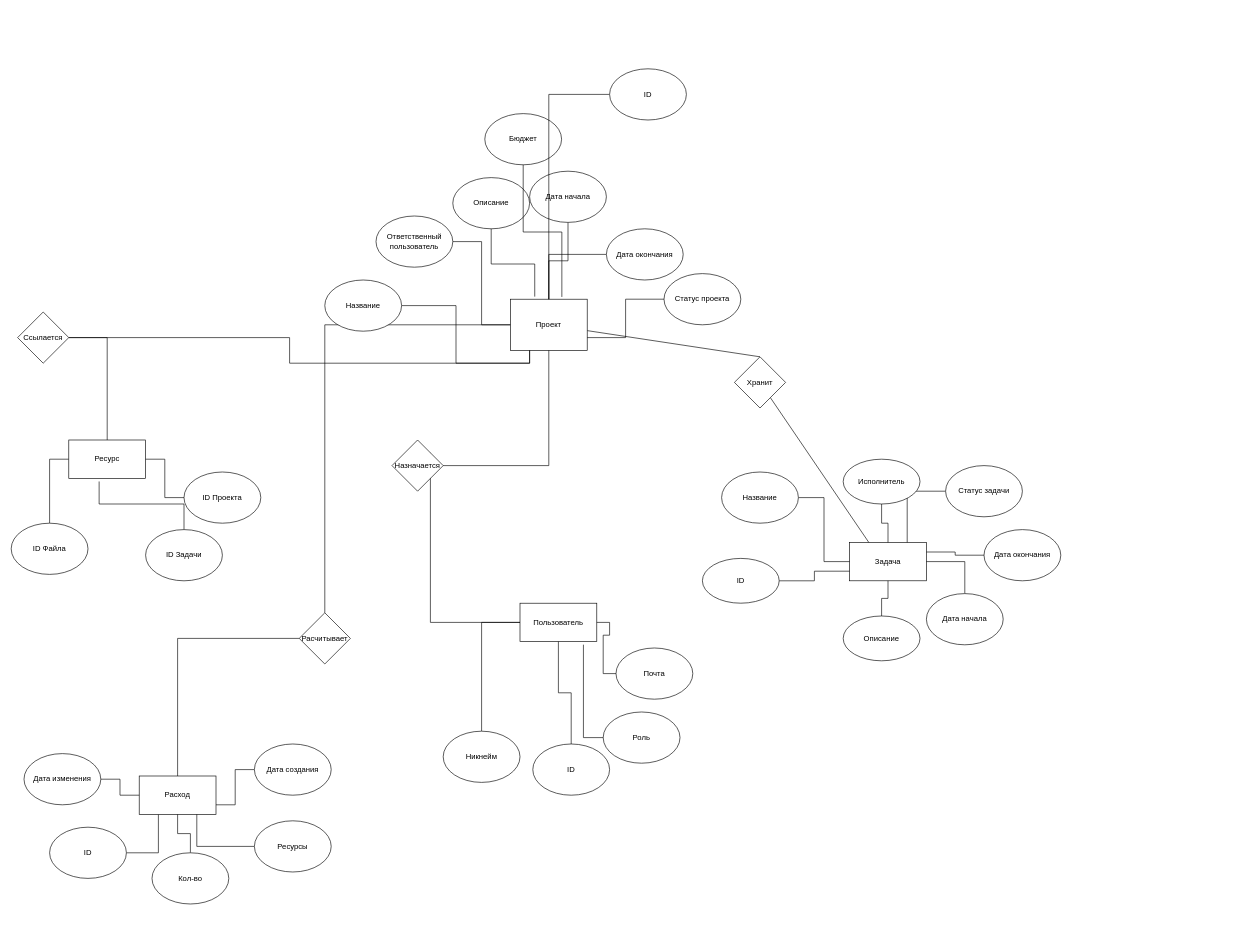
jejikeh/psu_labki keeps this draw.io diagram as c3s1/bd/lab1.drawio. Above is the earlier version. Source tidied: cells renumbered, new cells numbered last; positions are measured from the earlier drawing's top-left corner, leaving out a move shared by most shapes. Both pictures are drawn from the tidied source at 64%, with x=0, y=0 at pixel (11, 68).
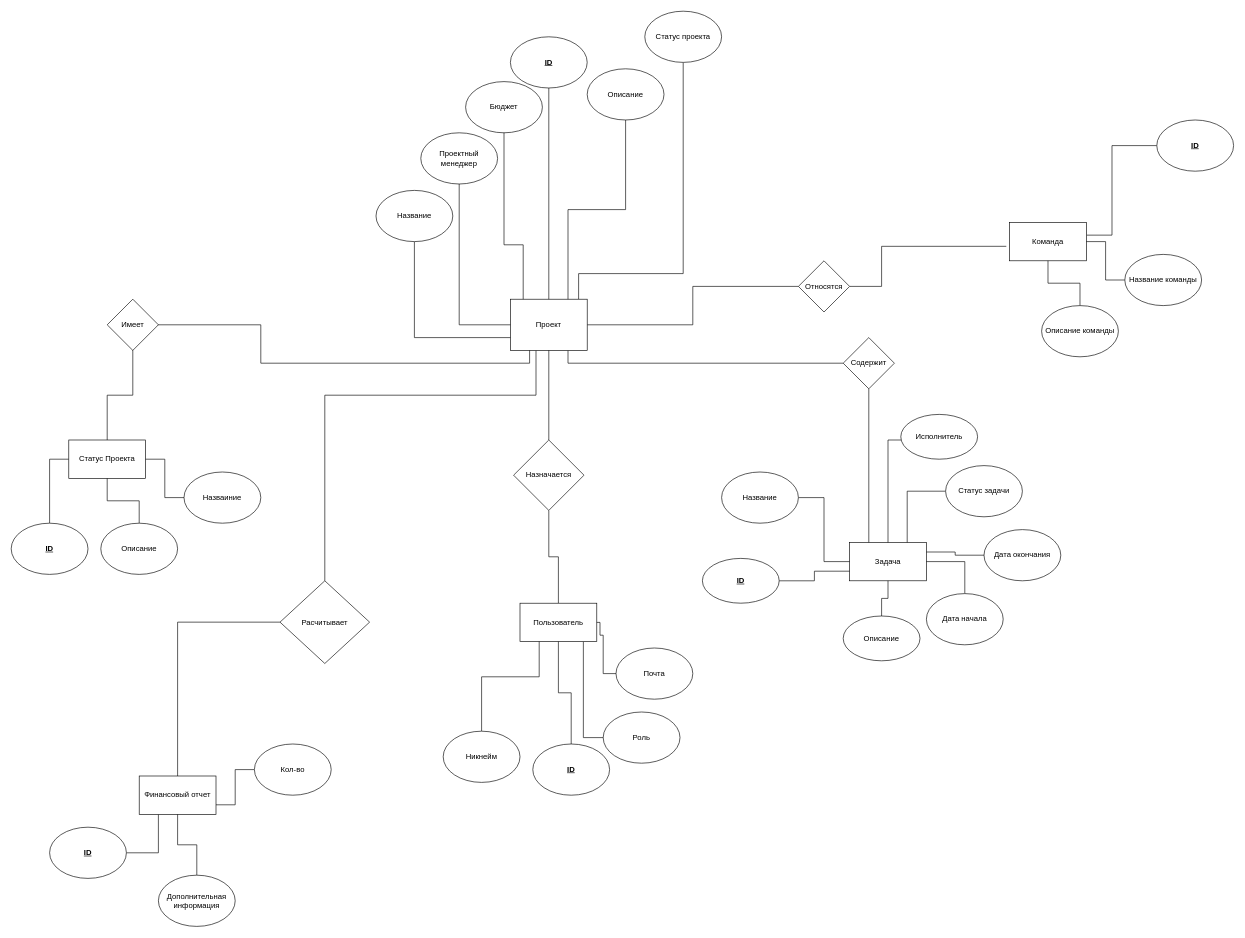
After the change.

The change refers to these unchanged cells:
```xml
<mxCell id="4" value="Проект" style="rounded=0;whiteSpace=wrap;html=1;" parent="1" vertex="1">
  <mxGeometry x="780" y="360" width="120" height="80" as="geometry" />
</mxCell>
<mxCell id="19" value="Задача" style="rounded=0;whiteSpace=wrap;html=1;" parent="1" vertex="1">
  <mxGeometry x="1310" y="740" width="120" height="60" as="geometry" />
</mxCell>
<mxCell id="44" value="Пользователь" style="rounded=0;whiteSpace=wrap;html=1;" parent="1" vertex="1">
  <mxGeometry x="795" y="835" width="120" height="60" as="geometry" />
</mxCell>
<mxCell id="46" value="Никнейм" style="ellipse;whiteSpace=wrap;html=1;" parent="1" vertex="1">
  <mxGeometry x="675" y="1035" width="120" height="80" as="geometry" />
</mxCell>
<mxCell id="49" value="Роль" style="ellipse;whiteSpace=wrap;html=1;" parent="1" vertex="1">
  <mxGeometry x="925" y="1005" width="120" height="80" as="geometry" />
</mxCell>
<mxCell id="51" value="Почта" style="ellipse;whiteSpace=wrap;html=1;" parent="1" vertex="1">
  <mxGeometry x="945" y="905" width="120" height="80" as="geometry" />
</mxCell>
```

What changed in the source:
```diff
@@
-    <mxCell id="2" style="rounded=0;jettySize=auto;html=1;entryX=0.5;entryY=0;entryDx=0;entryDy=0;endArrow=none;endFill=0;" parent="1" edge="1" source="4" target="70">
+    <mxCell id="2" style="rounded=0;jettySize=auto;html=1;entryX=0;entryY=0.5;entryDx=0;entryDy=0;endArrow=none;endFill=0;edgeStyle=orthogonalEdgeStyle;exitX=0.75;exitY=1;exitDx=0;exitDy=0;" parent="1" edge="1" source="4" target="70">
       <mxGeometry relative="1" as="geometry" />
     </mxCell>
     <mxCell id="3" style="edgeStyle=orthogonalEdgeStyle;rounded=0;jettySize=auto;html=1;entryX=0.5;entryY=0;entryDx=0;entryDy=0;endArrow=none;endFill=0;" parent="1" edge="1" source="4" target="72">
-      <mxGeometry relative="1" as="geometry" />
+      <mxGeometry relative="1" as="geometry">
+        <Array as="points">
+          <mxPoint x="820" y="510" />
+          <mxPoint x="490" y="510" />
+        </Array>
+      </mxGeometry>
     </mxCell>
+    <mxCell id="73" style="edgeStyle=orthogonalEdgeStyle;rounded=0;jettySize=auto;html=1;entryX=0;entryY=0.5;entryDx=0;entryDy=0;endArrow=none;endFill=0;" parent="1" edge="1" source="4" target="82">
+      <mxGeometry relative="1" as="geometry" />
+    </mxCell>
@@
-    <mxCell id="5" style="edgeStyle=orthogonalEdgeStyle;rounded=0;jettySize=auto;html=1;entryX=0.25;entryY=1;entryDx=0;entryDy=0;endArrow=none;endFill=0;" parent="1" edge="1" source="6" target="4">
-      <mxGeometry relative="1" as="geometry" />
+    <mxCell id="5" style="edgeStyle=orthogonalEdgeStyle;rounded=0;jettySize=auto;html=1;entryX=0;entryY=0.75;entryDx=0;entryDy=0;endArrow=none;endFill=0;" parent="1" edge="1" source="6" target="4">
+      <mxGeometry relative="1" as="geometry">
+        <Array as="points">
+          <mxPoint x="630" y="420" />
+        </Array>
+      </mxGeometry>
     </mxCell>
     <mxCell id="6" value="Название" style="ellipse;whiteSpace=wrap;html=1;" parent="1" vertex="1">
-      <mxGeometry x="490" y="330" width="120" height="80" as="geometry" />
+      <mxGeometry x="570" y="190" width="120" height="80" as="geometry" />
     </mxCell>
     <mxCell id="7" value="Описание" style="ellipse;whiteSpace=wrap;html=1;" parent="1" vertex="1">
-      <mxGeometry x="690" y="170" width="120" height="80" as="geometry" />
+      <mxGeometry x="900" width="120" height="80" as="geometry" />
     </mxCell>
-    <mxCell id="8" style="edgeStyle=orthogonalEdgeStyle;rounded=0;jettySize=auto;html=1;endArrow=none;endFill=0;" parent="1" edge="1" source="9" target="4">
-      <mxGeometry relative="1" as="geometry" />
-    </mxCell>
-    <mxCell id="9" value="Дата начала" style="ellipse;whiteSpace=wrap;html=1;" parent="1" vertex="1">
-      <mxGeometry x="810" y="160" width="120" height="80" as="geometry" />
-    </mxCell>
-    <mxCell id="10" style="edgeStyle=orthogonalEdgeStyle;rounded=0;jettySize=auto;html=1;endArrow=none;endFill=0;" parent="1" edge="1" source="11" target="4">
-      <mxGeometry relative="1" as="geometry" />
-    </mxCell>
-    <mxCell id="11" value="Дата окончания" style="ellipse;whiteSpace=wrap;html=1;" parent="1" vertex="1">
-      <mxGeometry x="930" y="250" width="120" height="80" as="geometry" />
-    </mxCell>
     <mxCell id="12" value="Бюджет" style="ellipse;whiteSpace=wrap;html=1;" parent="1" vertex="1">
-      <mxGeometry x="740" y="70" width="120" height="80" as="geometry" />
+      <mxGeometry x="710" y="20" width="120" height="80" as="geometry" />
     </mxCell>
-    <mxCell id="13" style="edgeStyle=orthogonalEdgeStyle;rounded=0;jettySize=auto;html=1;entryX=1;entryY=0.75;entryDx=0;entryDy=0;endArrow=none;endFill=0;" parent="1" edge="1" source="14" target="4">
-      <mxGeometry relative="1" as="geometry" />
+    <mxCell id="13" style="edgeStyle=orthogonalEdgeStyle;rounded=0;jettySize=auto;html=1;entryX=0.888;entryY=-0.003;entryDx=0;entryDy=0;endArrow=none;endFill=0;entryPerimeter=0;" parent="1" edge="1" source="14" target="4">
+      <mxGeometry relative="1" as="geometry">
+        <Array as="points">
+          <mxPoint x="1050" y="320" />
+          <mxPoint x="887" y="320" />
+        </Array>
+      </mxGeometry>
     </mxCell>
     <mxCell id="14" value="Статус проекта" style="ellipse;whiteSpace=wrap;html=1;" parent="1" vertex="1">
-      <mxGeometry x="1020" y="320" width="120" height="80" as="geometry" />
+      <mxGeometry x="990" y="-90" width="120" height="80" as="geometry" />
     </mxCell>
     <mxCell id="15" style="edgeStyle=orthogonalEdgeStyle;rounded=0;jettySize=auto;html=1;entryX=0;entryY=0.5;entryDx=0;entryDy=0;endArrow=none;endFill=0;" parent="1" edge="1" source="16" target="4">
-      <mxGeometry relative="1" as="geometry" />
+      <mxGeometry relative="1" as="geometry">
+        <Array as="points">
+          <mxPoint x="700" y="400" />
+        </Array>
+      </mxGeometry>
     </mxCell>
-    <mxCell id="16" value="Ответственный пользователь" style="ellipse;whiteSpace=wrap;html=1;" parent="1" vertex="1">
-      <mxGeometry x="570" y="230" width="120" height="80" as="geometry" />
+    <mxCell id="16" value="Проектный менеджер" style="ellipse;whiteSpace=wrap;html=1;" parent="1" vertex="1">
+      <mxGeometry x="640" y="100" width="120" height="80" as="geometry" />
     </mxCell>
-    <mxCell id="17" style="edgeStyle=orthogonalEdgeStyle;rounded=0;jettySize=auto;html=1;endArrow=none;endFill=0;entryX=0.67;entryY=-0.044;entryDx=0;entryDy=0;entryPerimeter=0;" parent="1" edge="1" source="12" target="4">
-      <mxGeometry relative="1" as="geometry" />
+    <mxCell id="17" style="edgeStyle=orthogonalEdgeStyle;rounded=0;jettySize=auto;html=1;endArrow=none;endFill=0;" parent="1" edge="1" source="12">
+      <mxGeometry relative="1" as="geometry">
+        <mxPoint x="800" y="360" as="targetPoint" />
+        <Array as="points">
+          <mxPoint x="770" y="275" />
+          <mxPoint x="800" y="275" />
+        </Array>
+      </mxGeometry>
     </mxCell>
-    <mxCell id="18" style="edgeStyle=orthogonalEdgeStyle;rounded=0;jettySize=auto;html=1;entryX=0.317;entryY=-0.05;entryDx=0;entryDy=0;entryPerimeter=0;endArrow=none;endFill=0;" parent="1" edge="1" source="7" target="4">
-      <mxGeometry relative="1" as="geometry" />
+    <mxCell id="18" style="edgeStyle=orthogonalEdgeStyle;rounded=0;jettySize=auto;html=1;entryX=0.75;entryY=0;entryDx=0;entryDy=0;endArrow=none;endFill=0;" parent="1" edge="1" source="7" target="4">
+      <mxGeometry relative="1" as="geometry">
+        <Array as="points">
+          <mxPoint x="960" y="220" />
+          <mxPoint x="870" y="220" />
+        </Array>
+      </mxGeometry>
     </mxCell>
@@
     <mxCell id="30" style="edgeStyle=orthogonalEdgeStyle;rounded=0;jettySize=auto;html=1;endArrow=none;endFill=0;" parent="1" edge="1" source="31" target="19">
-      <mxGeometry relative="1" as="geometry" />
+      <mxGeometry relative="1" as="geometry">
+        <Array as="points">
+          <mxPoint x="1370" y="580" />
+        </Array>
+      </mxGeometry>
     </mxCell>
     <mxCell id="31" value="Исполнитель" style="ellipse;whiteSpace=wrap;html=1;" parent="1" vertex="1">
-      <mxGeometry x="1300" y="610" width="120" height="70" as="geometry" />
+      <mxGeometry x="1390" y="540" width="120" height="70" as="geometry" />
     </mxCell>
@@
-    <mxCell id="33" value="ID" style="ellipse;whiteSpace=wrap;html=1;" parent="1" vertex="1">
+    <mxCell id="33" value="&lt;u&gt;&lt;b&gt;ID&lt;/b&gt;&lt;/u&gt;" style="ellipse;whiteSpace=wrap;html=1;" parent="1" vertex="1">
       <mxGeometry x="1080" y="765" width="120" height="70" as="geometry" />
     </mxCell>
@@
-    <mxCell id="35" value="ID Файла" style="ellipse;whiteSpace=wrap;html=1;" parent="1" vertex="1">
+    <mxCell id="35" value="&lt;u&gt;&lt;b&gt;ID&lt;/b&gt;&lt;/u&gt;" style="ellipse;whiteSpace=wrap;html=1;" parent="1" vertex="1">
       <mxGeometry y="710" width="120" height="80" as="geometry" />
     </mxCell>
     <mxCell id="36" style="edgeStyle=orthogonalEdgeStyle;rounded=0;jettySize=auto;html=1;entryX=1;entryY=0.5;entryDx=0;entryDy=0;endArrow=none;endFill=0;" parent="1" edge="1" source="37" target="68">
-      <mxGeometry relative="1" as="geometry" />
+      <mxGeometry relative="1" as="geometry">
+        <Array as="points">
+          <mxPoint x="150" y="510" />
+          <mxPoint x="190" y="510" />
+          <mxPoint x="190" y="400" />
+        </Array>
+      </mxGeometry>
     </mxCell>
-    <mxCell id="37" value="Ресурс" style="rounded=0;whiteSpace=wrap;html=1;" parent="1" vertex="1">
+    <mxCell id="37" value="Статус Проекта" style="rounded=0;whiteSpace=wrap;html=1;" parent="1" vertex="1">
       <mxGeometry x="90" y="580" width="120" height="60" as="geometry" />
     </mxCell>
@@
-    <mxCell id="39" value="ID" style="ellipse;whiteSpace=wrap;html=1;" parent="1" vertex="1">
-      <mxGeometry x="935" width="120" height="80" as="geometry" />
+    <mxCell id="39" value="&lt;u&gt;&lt;b&gt;ID&lt;/b&gt;&lt;/u&gt;" style="ellipse;whiteSpace=wrap;html=1;" parent="1" vertex="1">
+      <mxGeometry x="780" y="-50" width="120" height="80" as="geometry" />
     </mxCell>
@@
-    <mxCell id="41" value="ID Проекта" style="ellipse;whiteSpace=wrap;html=1;" parent="1" vertex="1">
+    <mxCell id="41" value="Назваиние" style="ellipse;whiteSpace=wrap;html=1;" parent="1" vertex="1">
       <mxGeometry x="270" y="630" width="120" height="80" as="geometry" />
     </mxCell>
-    <mxCell id="42" style="edgeStyle=orthogonalEdgeStyle;rounded=0;jettySize=auto;html=1;entryX=0.395;entryY=1.08;entryDx=0;entryDy=0;entryPerimeter=0;endArrow=none;endFill=0;" parent="1" edge="1" source="58" target="37">
+    <mxCell id="42" style="edgeStyle=orthogonalEdgeStyle;rounded=0;jettySize=auto;html=1;entryX=0.5;entryY=1;entryDx=0;entryDy=0;endArrow=none;endFill=0;" parent="1" edge="1" source="58" target="37">
       <mxGeometry relative="1" as="geometry" />
     </mxCell>
-    <mxCell id="43" style="edgeStyle=orthogonalEdgeStyle;rounded=0;jettySize=auto;html=1;entryX=1;entryY=0;entryDx=0;entryDy=0;endArrow=none;endFill=0;" parent="1" edge="1" source="44" target="66">
+    <mxCell id="43" style="edgeStyle=orthogonalEdgeStyle;rounded=0;jettySize=auto;html=1;entryX=0.5;entryY=1;entryDx=0;entryDy=0;endArrow=none;endFill=0;" parent="1" edge="1" source="44" target="66">
       <mxGeometry relative="1" as="geometry" />
     </mxCell>
@@
-    <mxCell id="45" style="edgeStyle=orthogonalEdgeStyle;rounded=0;jettySize=auto;html=1;entryX=0;entryY=0.5;entryDx=0;entryDy=0;endArrow=none;endFill=0;" parent="1" edge="1" source="46" target="44">
-      <mxGeometry relative="1" as="geometry" />
+    <mxCell id="45" style="edgeStyle=orthogonalEdgeStyle;rounded=0;jettySize=auto;html=1;entryX=0.25;entryY=1;entryDx=0;entryDy=0;endArrow=none;endFill=0;" parent="1" edge="1" source="46" target="44">
+      <mxGeometry relative="1" as="geometry">
+        <Array as="points">
+          <mxPoint x="735" y="950" />
+          <mxPoint x="825" y="950" />
+        </Array>
+      </mxGeometry>
     </mxCell>
@@
-    <mxCell id="48" value="ID" style="ellipse;whiteSpace=wrap;html=1;" parent="1" vertex="1">
+    <mxCell id="48" value="&lt;b&gt;&lt;u&gt;ID&lt;/u&gt;&lt;/b&gt;" style="ellipse;whiteSpace=wrap;html=1;" parent="1" vertex="1">
       <mxGeometry x="815" y="1055" width="120" height="80" as="geometry" />
     </mxCell>
@@
     <mxCell id="50" style="edgeStyle=orthogonalEdgeStyle;rounded=0;jettySize=auto;html=1;entryX=1;entryY=0.5;entryDx=0;entryDy=0;endArrow=none;endFill=0;" parent="1" edge="1" source="51" target="44">
-      <mxGeometry relative="1" as="geometry" />
+      <mxGeometry relative="1" as="geometry">
+        <Array as="points">
+          <mxPoint x="925" y="945" />
+          <mxPoint x="925" y="885" />
+          <mxPoint x="920" y="885" />
+          <mxPoint x="920" y="865" />
+        </Array>
+      </mxGeometry>
     </mxCell>
@@
-    <mxCell id="52" style="edgeStyle=orthogonalEdgeStyle;rounded=0;jettySize=auto;html=1;entryX=0.826;entryY=1.08;entryDx=0;entryDy=0;entryPerimeter=0;endArrow=none;endFill=0;" parent="1" edge="1" source="49" target="44">
+    <mxCell id="52" style="edgeStyle=orthogonalEdgeStyle;rounded=0;jettySize=auto;html=1;entryX=0.825;entryY=1.007;entryDx=0;entryDy=0;entryPerimeter=0;endArrow=none;endFill=0;" parent="1" edge="1" source="49" target="44">
       <mxGeometry relative="1" as="geometry" />
     </mxCell>
@@
-    <mxCell id="54" value="ID" style="ellipse;whiteSpace=wrap;html=1;" parent="1" vertex="1">
+    <mxCell id="54" value="&lt;u&gt;&lt;b&gt;ID&lt;/b&gt;&lt;/u&gt;" style="ellipse;whiteSpace=wrap;html=1;" parent="1" vertex="1">
       <mxGeometry x="60" y="1185" width="120" height="80" as="geometry" />
     </mxCell>
-    <mxCell id="55" value="Расход" style="rounded=0;whiteSpace=wrap;html=1;" parent="1" vertex="1">
+    <mxCell id="55" value="Финансовый отчет" style="rounded=0;whiteSpace=wrap;html=1;" parent="1" vertex="1">
       <mxGeometry x="200" y="1105" width="120" height="60" as="geometry" />
     </mxCell>
@@
-    <mxCell id="57" value="Кол-во" style="ellipse;whiteSpace=wrap;html=1;" parent="1" vertex="1">
-      <mxGeometry x="220" y="1225" width="120" height="80" as="geometry" />
+    <mxCell id="57" value="Дополнительная информация" style="ellipse;whiteSpace=wrap;html=1;" parent="1" vertex="1">
+      <mxGeometry x="230" y="1260" width="120" height="80" as="geometry" />
     </mxCell>
-    <mxCell id="58" value="ID Задачи" style="ellipse;whiteSpace=wrap;html=1;" parent="1" vertex="1">
-      <mxGeometry x="210" y="720" width="120" height="80" as="geometry" />
+    <mxCell id="58" value="Описание" style="ellipse;whiteSpace=wrap;html=1;" parent="1" vertex="1">
+      <mxGeometry x="140" y="710" width="120" height="80" as="geometry" />
     </mxCell>
-    <mxCell id="59" style="edgeStyle=orthogonalEdgeStyle;rounded=0;jettySize=auto;html=1;entryX=0.75;entryY=1;entryDx=0;entryDy=0;endArrow=none;endFill=0;" parent="1" edge="1" source="60" target="55">
-      <mxGeometry relative="1" as="geometry" />
-    </mxCell>
-    <mxCell id="60" value="Ресурсы" style="ellipse;whiteSpace=wrap;html=1;" parent="1" vertex="1">
-      <mxGeometry x="380" y="1175" width="120" height="80" as="geometry" />
-    </mxCell>
@@
-    <mxCell id="62" value="Дата создания" style="ellipse;whiteSpace=wrap;html=1;" parent="1" vertex="1">
+    <mxCell id="62" value="Кол-во" style="ellipse;whiteSpace=wrap;html=1;" parent="1" vertex="1">
       <mxGeometry x="380" y="1055" width="120" height="80" as="geometry" />
     </mxCell>
-    <mxCell id="63" style="edgeStyle=orthogonalEdgeStyle;rounded=0;jettySize=auto;html=1;entryX=0;entryY=0.5;entryDx=0;entryDy=0;endArrow=none;endFill=0;" parent="1" edge="1" source="64" target="55">
-      <mxGeometry relative="1" as="geometry" />
-    </mxCell>
-    <mxCell id="64" value="Дата изменения" style="ellipse;whiteSpace=wrap;html=1;" parent="1" vertex="1">
-      <mxGeometry x="20" y="1070" width="120" height="80" as="geometry" />
-    </mxCell>
@@
     <mxCell id="66" value="Назначается" style="rhombus;whiteSpace=wrap;html=1;" parent="1" vertex="1">
-      <mxGeometry x="595" y="580" width="80" height="80" as="geometry" />
+      <mxGeometry x="785" y="580" width="110" height="110" as="geometry" />
     </mxCell>
     <mxCell id="67" style="edgeStyle=orthogonalEdgeStyle;rounded=0;jettySize=auto;html=1;endArrow=none;endFill=0;entryX=0.25;entryY=1;entryDx=0;entryDy=0;" parent="1" edge="1" source="68" target="4">
-      <mxGeometry relative="1" as="geometry" />
+      <mxGeometry relative="1" as="geometry">
+        <Array as="points">
+          <mxPoint x="390" y="400" />
+          <mxPoint x="390" y="460" />
+          <mxPoint x="810" y="460" />
+        </Array>
+      </mxGeometry>
     </mxCell>
-    <mxCell id="68" value="Ссылается" style="rhombus;whiteSpace=wrap;html=1;" parent="1" vertex="1">
-      <mxGeometry x="10" y="380" width="80" height="80" as="geometry" />
+    <mxCell id="68" value="Имеет" style="rhombus;whiteSpace=wrap;html=1;" parent="1" vertex="1">
+      <mxGeometry x="150" y="360" width="80" height="80" as="geometry" />
     </mxCell>
-    <mxCell id="69" style="rounded=0;jettySize=auto;html=1;entryX=0.25;entryY=0;entryDx=0;entryDy=0;endArrow=none;endFill=0;" parent="1" edge="1" source="70" target="19">
+    <mxCell id="69" style="rounded=0;jettySize=auto;html=1;entryX=0.25;entryY=0;entryDx=0;entryDy=0;endArrow=none;endFill=0;exitX=0.5;exitY=1;exitDx=0;exitDy=0;" parent="1" edge="1" source="70" target="19">
       <mxGeometry relative="1" as="geometry" />
     </mxCell>
-    <mxCell id="70" value="Хранит" style="rhombus;whiteSpace=wrap;html=1;" parent="1" vertex="1">
-      <mxGeometry x="1130" y="450" width="80" height="80" as="geometry" />
+    <mxCell id="70" value="Содержит" style="rhombus;whiteSpace=wrap;html=1;" parent="1" vertex="1">
+      <mxGeometry x="1300" y="420" width="80" height="80" as="geometry" />
     </mxCell>
@@
     <mxCell id="72" value="Расчитывает" style="rhombus;whiteSpace=wrap;html=1;" parent="1" vertex="1">
-      <mxGeometry x="450" y="850" width="80" height="80" as="geometry" />
+      <mxGeometry x="420" y="800" width="140" height="129.2" as="geometry" />
     </mxCell>
+    <mxCell id="74" style="edgeStyle=orthogonalEdgeStyle;rounded=0;jettySize=auto;html=1;entryX=1.004;entryY=0.332;entryDx=0;entryDy=0;endArrow=none;endFill=0;entryPerimeter=0;" parent="1" edge="1" source="75" target="77">
+      <mxGeometry relative="1" as="geometry">
+        <Array as="points">
+          <mxPoint x="1720" y="120" />
+          <mxPoint x="1720" y="260" />
+          <mxPoint x="1681" y="260" />
+        </Array>
+      </mxGeometry>
+    </mxCell>
+    <mxCell id="75" value="&lt;u&gt;&lt;b&gt;ID&lt;/b&gt;&lt;/u&gt;" style="ellipse;whiteSpace=wrap;html=1;" parent="1" vertex="1">
+      <mxGeometry x="1790" y="80" width="120" height="80" as="geometry" />
+    </mxCell>
+    <mxCell id="76" style="edgeStyle=orthogonalEdgeStyle;rounded=0;jettySize=auto;html=1;entryX=1;entryY=0.5;entryDx=0;entryDy=0;endArrow=none;endFill=0;exitX=-0.043;exitY=0.623;exitDx=0;exitDy=0;exitPerimeter=0;" parent="1" edge="1" source="77" target="82">
+      <mxGeometry relative="1" as="geometry">
+        <Array as="points">
+          <mxPoint x="1360" y="277" />
+          <mxPoint x="1360" y="340" />
+        </Array>
+      </mxGeometry>
+    </mxCell>
+    <mxCell id="77" value="Команда" style="rounded=0;whiteSpace=wrap;html=1;" parent="1" vertex="1">
+      <mxGeometry x="1560" y="240" width="120" height="60" as="geometry" />
+    </mxCell>
+    <mxCell id="78" style="edgeStyle=orthogonalEdgeStyle;rounded=0;jettySize=auto;html=1;entryX=1;entryY=0.5;entryDx=0;entryDy=0;endArrow=none;endFill=0;" parent="1" edge="1" source="79" target="77">
+      <mxGeometry relative="1" as="geometry" />
+    </mxCell>
+    <mxCell id="79" value="Название команды" style="ellipse;whiteSpace=wrap;html=1;" parent="1" vertex="1">
+      <mxGeometry x="1740" y="290" width="120" height="80" as="geometry" />
+    </mxCell>
+    <mxCell id="80" style="edgeStyle=orthogonalEdgeStyle;rounded=0;jettySize=auto;html=1;entryX=0.5;entryY=1;entryDx=0;entryDy=0;endArrow=none;endFill=0;" parent="1" edge="1" source="81" target="77">
+      <mxGeometry relative="1" as="geometry" />
+    </mxCell>
+    <mxCell id="81" value="Описание команды" style="ellipse;whiteSpace=wrap;html=1;" parent="1" vertex="1">
+      <mxGeometry x="1610" y="370" width="120" height="80" as="geometry" />
+    </mxCell>
+    <mxCell id="82" value="Относятся" style="rhombus;whiteSpace=wrap;html=1;" parent="1" vertex="1">
+      <mxGeometry x="1230" y="300" width="80" height="80" as="geometry" />
+    </mxCell>
```
